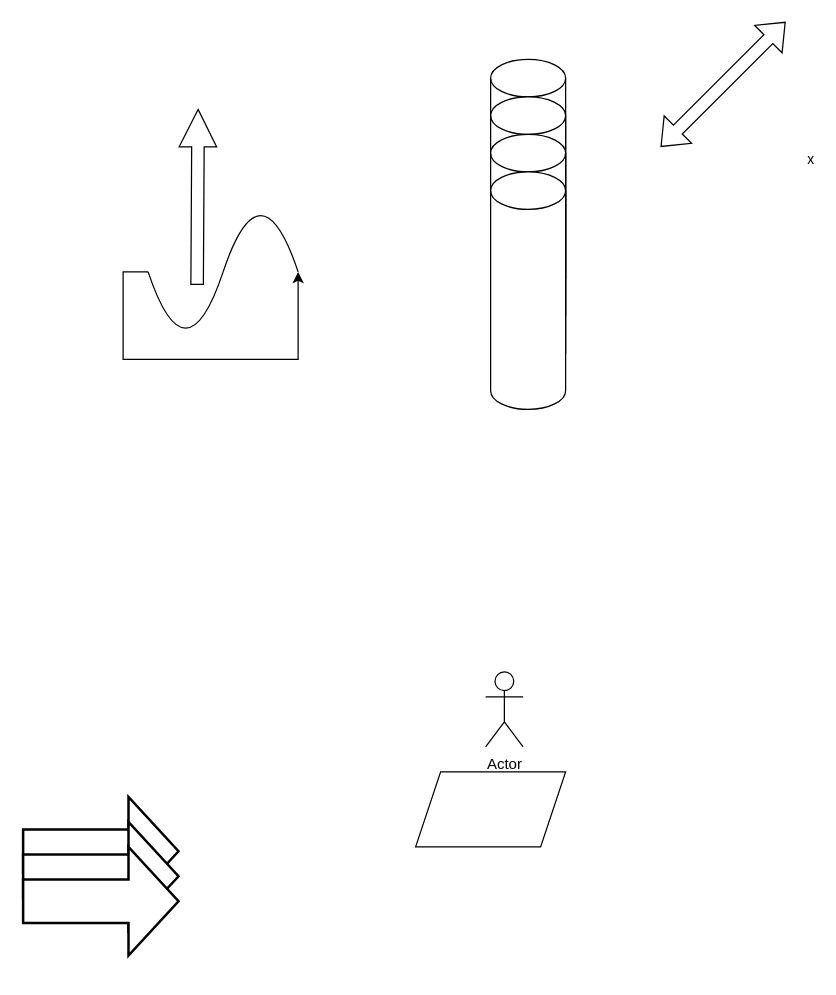
Before: Diagrama sin título.drawio in danielarjones/app-chuleta, a draw.io diagram. Source tidied: cells renumbered, new cells numbered last; positions are measured from the earlier drawing's top-left corner, leaving out a move shared by most shapes. Both pictures are drawn from the tidied source at 125%, with x=0, y=0 at pixel (22, 21).
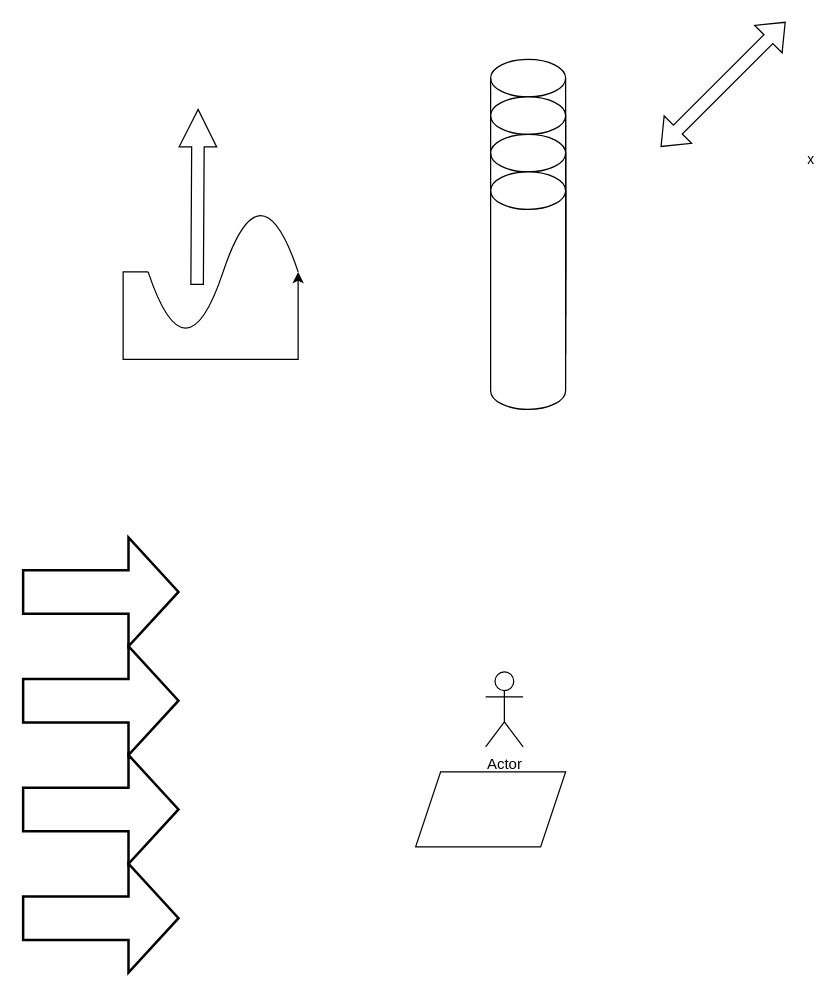
The same page after the edit.

What changed in the source:
```diff
@@
     <mxCell id="8" style="verticalLabelPosition=bottom;verticalAlign=top;html=1;strokeWidth=2;shape=mxgraph.arrows2.arrow;dy=0.6;dx=40;notch=0;" parent="1" vertex="1">
-      <mxGeometry y="620" width="124.3" height="87" as="geometry" />
+      <mxGeometry y="412.5" width="124.3" height="87" as="geometry" />
     </mxCell>
     <mxCell id="9" style="verticalLabelPosition=bottom;verticalAlign=top;html=1;strokeWidth=2;shape=mxgraph.arrows2.arrow;dy=0.6;dx=40;notch=0;" parent="1" vertex="1">
-      <mxGeometry y="640" width="124.3" height="87" as="geometry" />
+      <mxGeometry y="586.5" width="124.3" height="87" as="geometry" />
     </mxCell>
@@
     <mxCell id="11" style="verticalLabelPosition=bottom;verticalAlign=top;html=1;strokeWidth=2;shape=mxgraph.arrows2.arrow;dy=0.6;dx=40;notch=0;" parent="1" vertex="1">
-      <mxGeometry y="660" width="124.3" height="87" as="geometry" />
+      <mxGeometry y="673.5" width="124.3" height="87" as="geometry" />
     </mxCell>
@@
+    <mxCell id="15" style="verticalLabelPosition=bottom;verticalAlign=top;html=1;strokeWidth=2;shape=mxgraph.arrows2.arrow;dy=0.6;dx=40;notch=0;" parent="1" vertex="1">
+      <mxGeometry y="499.5" width="124.3" height="87" as="geometry" />
+    </mxCell>
```
